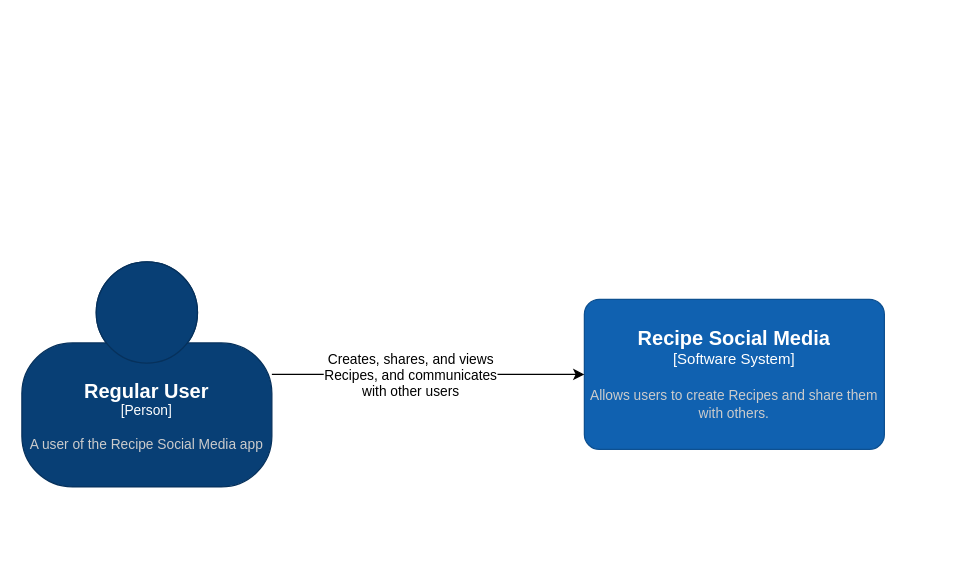
Above: Diagrams/Context Diagram.drawio in Andrei-Constantin-Programmer/LangfoodiAPI (draw.io), before the change. Source tidied: cells renumbered, new cells numbered last; positions are measured from the earlier drawing's top-left corner, leaving out a move shared by most shapes. Both pictures are drawn from the tidied source at 125%, with x=0, y=0 at pixel (21, 261).
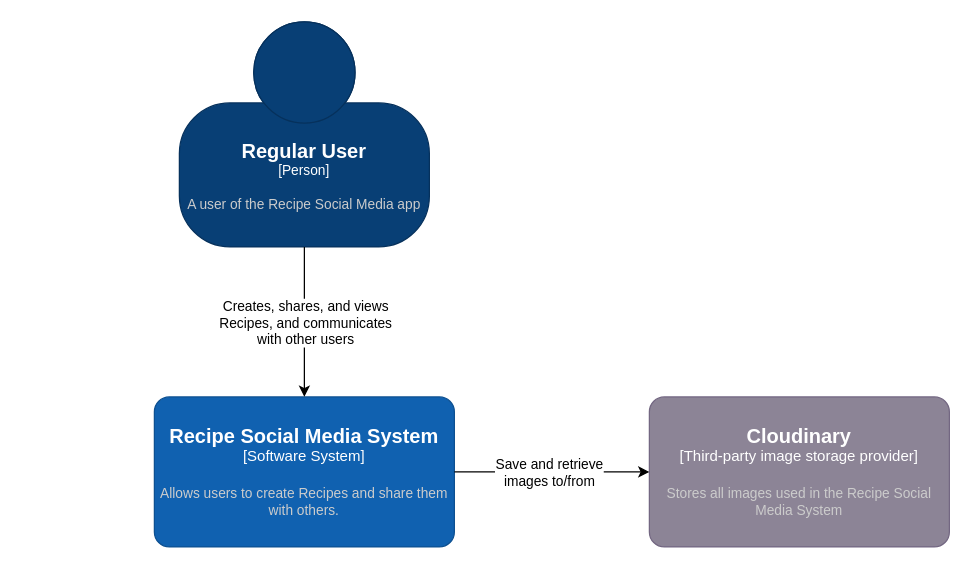
The same diagram, later.

Commit message (it also covers changes not shown here):
Added Cloudinary to the Context Diagram as a Third-party system

Diff of the diagram source:
```diff
@@
 <mxGraphModel>
   <root>
     <mxCell id="0" />
     <mxCell id="1" parent="0" />
     <object id="2" label="&lt;font style=&quot;font-size: 16px&quot;&gt;&lt;b&gt;%c4Name%&lt;/b&gt;&lt;/font&gt;&lt;div&gt;[%c4Type%]&lt;/div&gt;&lt;br&gt;&lt;div&gt;&lt;font style=&quot;font-size: 11px&quot;&gt;&lt;font color=&quot;#cccccc&quot;&gt;%c4Description%&lt;/font&gt;&lt;/div&gt;" c4Description="A user of the Recipe Social Media app" c4Name="Regular User" c4Type="Person" placeholders="1">
       <mxCell style="html=1;fontSize=11;dashed=0;whiteSpace=wrap;fillColor=#083F75;strokeColor=#06315C;fontColor=#ffffff;shape=mxgraph.c4.person2;align=center;points=[[0.5,0,0],[1,0.5,0],[1,0.75,0],[0.75,1,0],[0.5,1,0],[0.25,1,0],[0,0.75,0],[0,0.5,0]];" parent="1" vertex="1">
-        <mxGeometry width="200" height="180" as="geometry" />
+        <mxGeometry x="126" y="-192" width="200" height="180" as="geometry" />
       </mxCell>
     </object>
-    <object id="3" label="&lt;font style=&quot;font-size: 16px&quot;&gt;&lt;b&gt;%c4Name%&lt;/b&gt;&lt;/font&gt;&lt;div&gt;[%c4Type%]&lt;/div&gt;&lt;br&gt;&lt;div&gt;&lt;font style=&quot;font-size: 11px&quot;&gt;&lt;font color=&quot;#cccccc&quot;&gt;%c4Description%&lt;/font&gt;&lt;/div&gt;" c4Description="Allows users to create Recipes and share them with others." c4Name="Recipe Social Media" c4Type="Software System" placeholders="1">
+    <object id="3" label="&lt;font style=&quot;font-size: 16px&quot;&gt;&lt;b&gt;%c4Name%&lt;/b&gt;&lt;/font&gt;&lt;div&gt;[%c4Type%]&lt;/div&gt;&lt;br&gt;&lt;div&gt;&lt;font style=&quot;font-size: 11px&quot;&gt;&lt;font color=&quot;#cccccc&quot;&gt;%c4Description%&lt;/font&gt;&lt;/div&gt;" c4Description="Allows users to create Recipes and share them with others." c4Name="Recipe Social Media System" c4Type="Software System" placeholders="1">
       <mxCell style="rounded=1;whiteSpace=wrap;html=1;labelBackgroundColor=none;fillColor=#1061B0;fontColor=#ffffff;align=center;arcSize=10;strokeColor=#0D5091;points=[[0.25,0,0],[0.5,0,0],[0.75,0,0],[1,0.25,0],[1,0.5,0],[1,0.75,0],[0.75,1,0],[0.5,1,0],[0.25,1,0],[0,0.75,0],[0,0.5,0],[0,0.25,0]];" parent="1" vertex="1">
-        <mxGeometry x="450" y="30" width="240" height="120" as="geometry" />
+        <mxGeometry x="106" y="108" width="240" height="120" as="geometry" />
       </mxCell>
     </object>
-    <mxCell id="4" style="edgeStyle=orthogonalEdgeStyle;rounded=0;jettySize=auto;html=1;entryX=0;entryY=0.5;entryDx=0;entryDy=0;entryPerimeter=0;" parent="1" edge="1" source="2" target="3">
+    <mxCell id="4" style="edgeStyle=orthogonalEdgeStyle;rounded=0;jettySize=auto;html=1;entryX=0.5;entryY=0;entryDx=0;entryDy=0;entryPerimeter=0;" parent="1" edge="1" source="2" target="3">
       <mxGeometry relative="1" as="geometry" />
     </mxCell>
     <mxCell id="5" value="Creates, shares, and views&lt;br&gt;Recipes, and communicates&lt;br&gt;with other users" style="edgeLabel;html=1;align=center;verticalAlign=middle;" parent="4" vertex="1">
       <mxGeometry x="-0.2" y="1" relative="1" as="geometry">
-        <mxPoint x="10" y="1" as="offset" />
+        <mxPoint x="-1" y="12" as="offset" />
       </mxGeometry>
     </mxCell>
+    <object id="6" label="&lt;font style=&quot;font-size: 16px&quot;&gt;&lt;b&gt;%c4Name%&lt;/b&gt;&lt;/font&gt;&lt;div&gt;[%c4Type%]&lt;/div&gt;&lt;br&gt;&lt;div&gt;&lt;font style=&quot;font-size: 11px&quot;&gt;&lt;font color=&quot;#cccccc&quot;&gt;%c4Description%&lt;/font&gt;&lt;/div&gt;" c4Description="Stores all images used in the Recipe Social Media System" c4Name="Cloudinary" c4Type="Third-party image storage provider" placeholders="1">
+      <mxCell style="rounded=1;whiteSpace=wrap;html=1;labelBackgroundColor=none;fillColor=#8C8496;fontColor=#ffffff;align=center;arcSize=10;strokeColor=#736782;points=[[0.25,0,0],[0.5,0,0],[0.75,0,0],[1,0.25,0],[1,0.5,0],[1,0.75,0],[0.75,1,0],[0.5,1,0],[0.25,1,0],[0,0.75,0],[0,0.5,0],[0,0.25,0]];" parent="1" vertex="1">
+        <mxGeometry x="502" y="108" width="240" height="120" as="geometry" />
+      </mxCell>
+    </object>
+    <mxCell id="7" style="edgeStyle=orthogonalEdgeStyle;rounded=0;jettySize=auto;html=1;entryX=0;entryY=0.5;entryDx=0;entryDy=0;entryPerimeter=0;" parent="1" edge="1" source="3" target="6">
+      <mxGeometry relative="1" as="geometry" />
+    </mxCell>
+    <mxCell id="8" value="Save and retrieve&lt;br&gt;images to/from" style="edgeLabel;html=1;align=center;verticalAlign=middle;" parent="7" vertex="1">
+      <mxGeometry x="-0.37" y="3" relative="1" as="geometry">
+        <mxPoint x="26" y="3" as="offset" />
+      </mxGeometry>
+    </mxCell>
   </root>
 </mxGraphModel>
```
